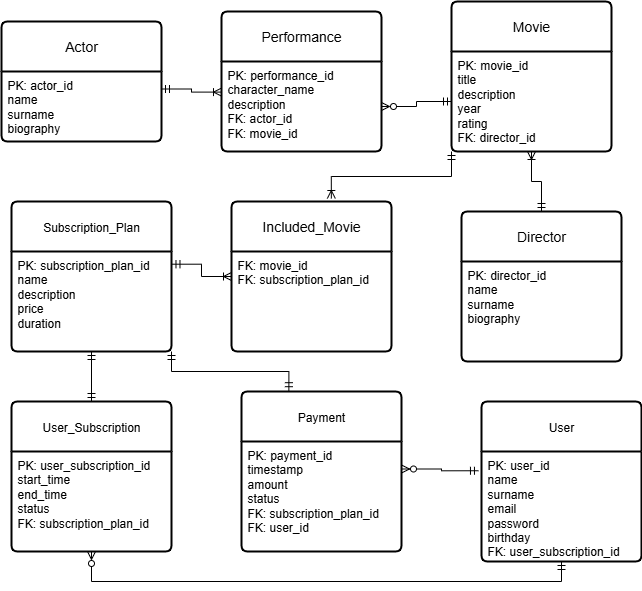
The draw.io diagram lab1/crow's-foot-notation-streaming-service.png in StudentPP1/KPI, before a commit. Source tidied: cells renumbered, new cells last; positions are measured from the earlier drawing's top-left corner, leaving out a move shared by most shapes.
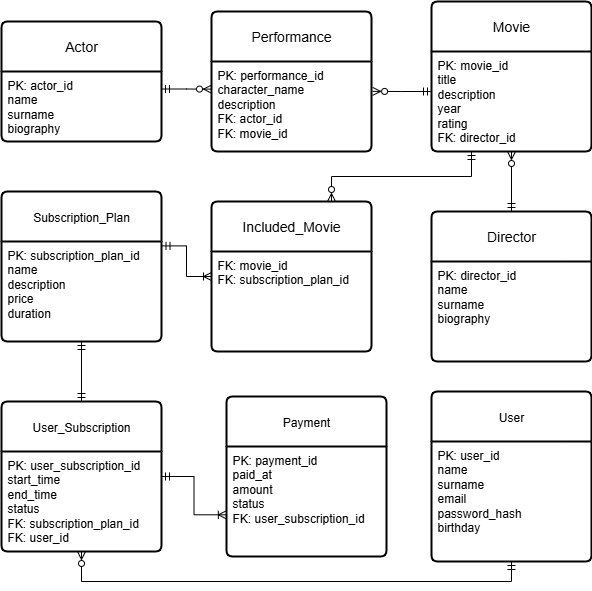
The same diagram one commit later.

What changed in the source:
```diff
@@ -3,90 +3,82 @@
     <mxCell id="0" />
     <mxCell id="1" parent="0" />
     <mxCell id="2" value="Actor" style="swimlane;horizontal=1;startSize=50;rounded=1;fontSize=14;fontStyle=0;strokeWidth=2;shadow=0;dashed=0;align=center;arcSize=4;whiteSpace=wrap;html=1;" parent="1" vertex="1">
-      <mxGeometry y="20" width="160" height="120" as="geometry" />
+      <mxGeometry x="40" y="20" width="160" height="120" as="geometry" />
     </mxCell>
     <mxCell id="3" value="PK: actor_id&lt;div&gt;name&lt;/div&gt;&lt;div&gt;surname&lt;/div&gt;&lt;div&gt;biography&lt;/div&gt;" style="align=left;strokeColor=none;fillColor=none;spacingLeft=4;spacingRight=4;fontSize=12;verticalAlign=top;html=1;whiteSpace=wrap;" parent="2" vertex="1">
       <mxGeometry y="50" width="160" height="70" as="geometry" />
     </mxCell>
     <mxCell id="4" value="Performance" style="swimlane;horizontal=1;startSize=50;rounded=1;fontSize=14;fontStyle=0;strokeWidth=2;shadow=0;dashed=0;align=center;arcSize=4;whiteSpace=wrap;html=1;" parent="1" vertex="1">
-      <mxGeometry x="220" y="10" width="160" height="140" as="geometry" />
+      <mxGeometry x="250" y="10" width="160" height="140" as="geometry" />
     </mxCell>
     <mxCell id="5" value="PK: performance_id&lt;div&gt;character_name&lt;/div&gt;&lt;div&gt;description&lt;/div&gt;&lt;div&gt;FK: actor_id&lt;/div&gt;&lt;div&gt;FK: movie_id&lt;/div&gt;" style="align=left;strokeColor=none;fillColor=none;spacingLeft=4;spacingRight=4;fontSize=12;verticalAlign=top;html=1;whiteSpace=wrap;" parent="4" vertex="1">
       <mxGeometry y="50" width="160" height="90" as="geometry" />
     </mxCell>
     <mxCell id="6" value="Movie" style="swimlane;horizontal=1;startSize=50;rounded=1;fontSize=14;fontStyle=0;strokeWidth=2;shadow=0;dashed=0;align=center;arcSize=4;whiteSpace=wrap;html=1;" parent="1" vertex="1">
-      <mxGeometry x="450" width="160" height="150" as="geometry" />
+      <mxGeometry x="470" width="160" height="150" as="geometry" />
     </mxCell>
     <mxCell id="7" value="PK: movie_id&lt;div&gt;title&lt;/div&gt;&lt;div&gt;description&lt;/div&gt;&lt;div&gt;year&lt;/div&gt;&lt;div&gt;rating&lt;/div&gt;&lt;div&gt;FK: director_id&lt;/div&gt;" style="align=left;strokeColor=none;fillColor=none;spacingLeft=4;spacingRight=4;fontSize=12;verticalAlign=top;html=1;whiteSpace=wrap;" parent="6" vertex="1">
       <mxGeometry y="50" width="160" height="100" as="geometry" />
     </mxCell>
     <mxCell id="8" value="Director" style="swimlane;horizontal=1;startSize=50;rounded=1;fontSize=14;fontStyle=0;strokeWidth=2;shadow=0;dashed=0;align=center;arcSize=4;whiteSpace=wrap;html=1;" parent="1" vertex="1">
-      <mxGeometry x="460" y="210" width="160" height="150" as="geometry" />
+      <mxGeometry x="470" y="210" width="160" height="150" as="geometry" />
     </mxCell>
     <mxCell id="9" value="PK: director_id&lt;div&gt;name&lt;/div&gt;&lt;div&gt;surname&lt;/div&gt;&lt;div&gt;biography&lt;/div&gt;" style="align=left;strokeColor=none;fillColor=none;spacingLeft=4;spacingRight=4;fontSize=12;verticalAlign=top;html=1;whiteSpace=wrap;" parent="8" vertex="1">
       <mxGeometry y="50" width="160" height="100" as="geometry" />
     </mxCell>
     <mxCell id="10" value="Included_Movie" style="swimlane;horizontal=1;startSize=50;rounded=1;fontSize=14;fontStyle=0;strokeWidth=2;shadow=0;dashed=0;align=center;arcSize=4;whiteSpace=wrap;html=1;" parent="1" vertex="1">
-      <mxGeometry x="230" y="200" width="160" height="150" as="geometry" />
+      <mxGeometry x="250" y="200" width="160" height="150" as="geometry" />
     </mxCell>
     <mxCell id="11" value="FK: movie_id&lt;div&gt;FK: subscription_plan_id&lt;/div&gt;" style="align=left;strokeColor=none;fillColor=none;spacingLeft=4;spacingRight=4;fontSize=12;verticalAlign=top;html=1;whiteSpace=wrap;" parent="10" vertex="1">
       <mxGeometry y="50" width="160" height="100" as="geometry" />
     </mxCell>
     <mxCell id="12" value="&lt;span style=&quot;font-size: 12px; text-align: left;&quot;&gt;Subscription_Plan&lt;/span&gt;" style="swimlane;horizontal=1;startSize=50;rounded=1;fontSize=14;fontStyle=0;strokeWidth=2;shadow=0;dashed=0;align=center;arcSize=4;whiteSpace=wrap;html=1;" parent="1" vertex="1">
-      <mxGeometry x="10" y="200" width="160" height="150" as="geometry" />
+      <mxGeometry x="40" y="190" width="160" height="150" as="geometry" />
     </mxCell>
     <mxCell id="13" value="PK: subscription_plan_id&lt;div&gt;name&lt;/div&gt;&lt;div&gt;description&lt;/div&gt;&lt;div&gt;price&lt;/div&gt;&lt;div&gt;duration&lt;/div&gt;" style="align=left;strokeColor=none;fillColor=none;spacingLeft=4;spacingRight=4;fontSize=12;verticalAlign=top;html=1;whiteSpace=wrap;" parent="12" vertex="1">
       <mxGeometry y="50" width="160" height="100" as="geometry" />
     </mxCell>
     <mxCell id="14" value="&lt;span style=&quot;font-size: 12px; text-align: left;&quot;&gt;User_Subscription&lt;/span&gt;" style="swimlane;horizontal=1;startSize=50;rounded=1;fontSize=14;fontStyle=0;strokeWidth=2;shadow=0;dashed=0;align=center;arcSize=4;whiteSpace=wrap;html=1;" parent="1" vertex="1">
-      <mxGeometry x="10" y="400" width="160" height="150" as="geometry" />
+      <mxGeometry x="40" y="400" width="160" height="150" as="geometry" />
     </mxCell>
-    <mxCell id="15" value="PK: user_subscription_id&lt;div&gt;start_time&lt;/div&gt;&lt;div&gt;end_time&lt;br&gt;status&lt;br&gt;FK:&amp;nbsp;&lt;span style=&quot;background-color: transparent; color: light-dark(rgb(0, 0, 0), rgb(255, 255, 255));&quot;&gt;subscription_plan_id&lt;/span&gt;&lt;/div&gt;" style="align=left;strokeColor=none;fillColor=none;spacingLeft=4;spacingRight=4;fontSize=12;verticalAlign=top;html=1;whiteSpace=wrap;" parent="14" vertex="1">
+    <mxCell id="15" value="PK: user_subscription_id&lt;div&gt;start_time&lt;/div&gt;&lt;div&gt;end_time&lt;br&gt;status&lt;span style=&quot;background-color: transparent; color: light-dark(rgb(0, 0, 0), rgb(255, 255, 255));&quot;&gt;&lt;br&gt;FK:&amp;nbsp;&lt;/span&gt;&lt;span style=&quot;background-color: transparent; color: light-dark(rgb(0, 0, 0), rgb(255, 255, 255));&quot;&gt;subscription_plan_id&lt;br&gt;FK: user_id&lt;/span&gt;&lt;/div&gt;" style="align=left;strokeColor=none;fillColor=none;spacingLeft=4;spacingRight=4;fontSize=12;verticalAlign=top;html=1;whiteSpace=wrap;" parent="14" vertex="1">
       <mxGeometry y="50" width="160" height="100" as="geometry" />
     </mxCell>
     <mxCell id="16" value="&lt;span style=&quot;font-size: 12px; text-align: left;&quot;&gt;Payment&lt;/span&gt;" style="swimlane;horizontal=1;startSize=50;rounded=1;fontSize=14;fontStyle=0;strokeWidth=2;shadow=0;dashed=0;align=center;arcSize=4;whiteSpace=wrap;html=1;" parent="1" vertex="1">
-      <mxGeometry x="240" y="390" width="160" height="160" as="geometry" />
+      <mxGeometry x="265" y="395" width="160" height="160" as="geometry" />
     </mxCell>
-    <mxCell id="17" value="PK: payment_id&lt;div&gt;timestamp&lt;/div&gt;&lt;div&gt;amount&lt;br&gt;status&lt;br&gt;FK:&amp;nbsp;&lt;span style=&quot;background-color: transparent; color: light-dark(rgb(0, 0, 0), rgb(255, 255, 255));&quot;&gt;subscription_plan_id&lt;/span&gt;&lt;/div&gt;&lt;div&gt;&lt;span style=&quot;background-color: transparent; color: light-dark(rgb(0, 0, 0), rgb(255, 255, 255));&quot;&gt;FK: user_id&lt;/span&gt;&lt;/div&gt;" style="align=left;strokeColor=none;fillColor=none;spacingLeft=4;spacingRight=4;fontSize=12;verticalAlign=top;html=1;whiteSpace=wrap;" parent="16" vertex="1">
+    <mxCell id="17" value="PK: payment_id&lt;div&gt;paid_at&lt;/div&gt;&lt;div&gt;amount&lt;br&gt;status&lt;br&gt;FK:&amp;nbsp;&lt;span style=&quot;background-color: transparent; color: light-dark(rgb(0, 0, 0), rgb(255, 255, 255));&quot;&gt;user_subscription_id&lt;/span&gt;&lt;/div&gt;" style="align=left;strokeColor=none;fillColor=none;spacingLeft=4;spacingRight=4;fontSize=12;verticalAlign=top;html=1;whiteSpace=wrap;" parent="16" vertex="1">
       <mxGeometry y="50" width="160" height="110" as="geometry" />
     </mxCell>
     <mxCell id="18" value="&lt;span style=&quot;font-size: 12px; text-align: left;&quot;&gt;User&lt;/span&gt;" style="swimlane;horizontal=1;startSize=50;rounded=1;fontSize=14;fontStyle=0;strokeWidth=2;shadow=0;dashed=0;align=center;arcSize=4;whiteSpace=wrap;html=1;" parent="1" vertex="1">
-      <mxGeometry x="480" y="400" width="160" height="160" as="geometry" />
+      <mxGeometry x="470" y="390" width="160" height="170" as="geometry" />
     </mxCell>
-    <mxCell id="19" value="PK: user_id&lt;div&gt;&lt;span style=&quot;background-color: transparent; color: light-dark(rgb(0, 0, 0), rgb(255, 255, 255));&quot;&gt;name&lt;/span&gt;&lt;/div&gt;&lt;div&gt;&lt;span style=&quot;background-color: transparent; color: light-dark(rgb(0, 0, 0), rgb(255, 255, 255));&quot;&gt;surname&lt;/span&gt;&lt;/div&gt;&lt;div&gt;&lt;span style=&quot;background-color: transparent; color: light-dark(rgb(0, 0, 0), rgb(255, 255, 255));&quot;&gt;email&lt;/span&gt;&lt;/div&gt;&lt;div&gt;&lt;span style=&quot;background-color: transparent; color: light-dark(rgb(0, 0, 0), rgb(255, 255, 255));&quot;&gt;password&lt;/span&gt;&lt;/div&gt;&lt;div&gt;&lt;span style=&quot;background-color: transparent; color: light-dark(rgb(0, 0, 0), rgb(255, 255, 255));&quot;&gt;birthday&lt;/span&gt;&lt;/div&gt;&lt;div&gt;&lt;span style=&quot;background-color: transparent; color: light-dark(rgb(0, 0, 0), rgb(255, 255, 255));&quot;&gt;FK: user_&lt;/span&gt;&lt;span style=&quot;background-color: transparent; color: light-dark(rgb(0, 0, 0), rgb(255, 255, 255));&quot;&gt;subscription_id&lt;/span&gt;&lt;/div&gt;" style="align=left;strokeColor=none;fillColor=none;spacingLeft=4;spacingRight=4;fontSize=12;verticalAlign=top;html=1;whiteSpace=wrap;" parent="18" vertex="1">
-      <mxGeometry y="50" width="160" height="110" as="geometry" />
+    <mxCell id="19" value="PK: user_id&lt;div&gt;&lt;span style=&quot;background-color: transparent; color: light-dark(rgb(0, 0, 0), rgb(255, 255, 255));&quot;&gt;name&lt;/span&gt;&lt;/div&gt;&lt;div&gt;&lt;span style=&quot;background-color: transparent; color: light-dark(rgb(0, 0, 0), rgb(255, 255, 255));&quot;&gt;surname&lt;/span&gt;&lt;/div&gt;&lt;div&gt;&lt;span style=&quot;background-color: transparent; color: light-dark(rgb(0, 0, 0), rgb(255, 255, 255));&quot;&gt;email&lt;/span&gt;&lt;/div&gt;&lt;div&gt;&lt;span style=&quot;background-color: transparent; color: light-dark(rgb(0, 0, 0), rgb(255, 255, 255));&quot;&gt;password_hash&lt;/span&gt;&lt;/div&gt;&lt;div&gt;&lt;span style=&quot;background-color: transparent; color: light-dark(rgb(0, 0, 0), rgb(255, 255, 255));&quot;&gt;birthday&lt;/span&gt;&lt;br&gt;&lt;span style=&quot;background-color: transparent; color: light-dark(rgb(0, 0, 0), rgb(255, 255, 255));&quot;&gt;&lt;/span&gt;&lt;/div&gt;" style="align=left;strokeColor=none;fillColor=none;spacingLeft=4;spacingRight=4;fontSize=12;verticalAlign=top;html=1;whiteSpace=wrap;" parent="18" vertex="1">
+      <mxGeometry y="50" width="160" height="120" as="geometry" />
     </mxCell>
+    <mxCell id="22" style="edgeStyle=orthogonalEdgeStyle;rounded=0;jettySize=auto;html=1;endArrow=ERmandOne;endFill=0;startArrow=ERzeroToMany;startFill=0;" parent="1" edge="1" source="7" target="8">
+      <mxGeometry relative="1" as="geometry" />
+    </mxCell>
+    <mxCell id="24" style="edgeStyle=orthogonalEdgeStyle;rounded=0;jettySize=auto;html=1;exitX=1.003;exitY=0.044;exitDx=0;exitDy=0;entryX=0;entryY=0.25;entryDx=0;entryDy=0;startArrow=ERmandOne;startFill=0;endArrow=ERoneToMany;endFill=0;exitPerimeter=0;" parent="1" edge="1" source="13" target="11">
+      <mxGeometry relative="1" as="geometry" />
+    </mxCell>
+    <mxCell id="28" style="edgeStyle=orthogonalEdgeStyle;rounded=0;jettySize=auto;html=1;exitX=0.5;exitY=1;exitDx=0;exitDy=0;entryX=0.5;entryY=1;entryDx=0;entryDy=0;startArrow=ERmandOne;startFill=0;endArrow=ERzeroToMany;endFill=0;" parent="1" edge="1" source="19" target="15">
+      <mxGeometry relative="1" as="geometry" />
+    </mxCell>
-    <mxCell id="20" style="edgeStyle=orthogonalEdgeStyle;rounded=0;jettySize=auto;html=1;exitX=1;exitY=0.25;exitDx=0;exitDy=0;entryX=0;entryY=0.34;entryDx=0;entryDy=0;entryPerimeter=0;shape=filledEdge;endArrow=ERoneToMany;endFill=0;strokeWidth=1;startArrow=ERmandOne;startFill=0;" parent="1" edge="1" source="3" target="5">
-      <mxGeometry relative="1" as="geometry">
-        <Array as="points">
-          <mxPoint x="190" y="87" />
-          <mxPoint x="190" y="91" />
-        </Array>
-      </mxGeometry>
+    <mxCell id="20" style="edgeStyle=orthogonalEdgeStyle;rounded=0;jettySize=auto;html=1;exitX=1;exitY=0.25;exitDx=0;exitDy=0;entryX=0;entryY=0.307;entryDx=0;entryDy=0;entryPerimeter=0;fontFamily=Helvetica;fontSize=12;fontColor=default;startArrow=ERmandOne;startFill=0;endArrow=ERzeroToMany;endFill=0;" parent="1" edge="1" source="3" target="5">
+      <mxGeometry relative="1" as="geometry" />
     </mxCell>
-    <mxCell id="21" style="edgeStyle=orthogonalEdgeStyle;rounded=0;jettySize=auto;html=1;exitX=1;exitY=0.5;exitDx=0;exitDy=0;entryX=0;entryY=0.5;entryDx=0;entryDy=0;endArrow=ERmandOne;endFill=0;startArrow=ERzeroToMany;startFill=0;" parent="1" edge="1" source="5" target="7">
-      <mxGeometry relative="1" as="geometry" />
-    </mxCell>
-    <mxCell id="22" style="edgeStyle=orthogonalEdgeStyle;rounded=0;jettySize=auto;html=1;endArrow=ERmandOne;endFill=0;startArrow=ERoneToMany;startFill=0;" parent="1" edge="1" source="7" target="8">
-      <mxGeometry relative="1" as="geometry" />
-    </mxCell>
+    <mxCell id="29" style="edgeStyle=orthogonalEdgeStyle;rounded=0;jettySize=auto;html=1;fontFamily=Helvetica;fontSize=12;fontColor=default;startArrow=ERmandOne;startFill=0;endArrow=ERzeroToMany;endFill=0;exitX=0;exitY=0.4;exitDx=0;exitDy=0;exitPerimeter=0;entryX=1.007;entryY=0.332;entryDx=0;entryDy=0;entryPerimeter=0;" parent="1" edge="1" source="7" target="5">
+      <mxGeometry relative="1" as="geometry" />
+    </mxCell>
-    <mxCell id="23" style="edgeStyle=orthogonalEdgeStyle;rounded=0;jettySize=auto;html=1;exitX=0;exitY=1;exitDx=0;exitDy=0;entryX=0.624;entryY=-0.02;entryDx=0;entryDy=0;entryPerimeter=0;startArrow=ERmandOne;startFill=0;endArrow=ERoneToMany;endFill=0;" parent="1" edge="1" source="7" target="10">
+    <mxCell id="23" style="edgeStyle=orthogonalEdgeStyle;rounded=0;jettySize=auto;html=1;exitX=0.25;exitY=1;exitDx=0;exitDy=0;entryX=0.75;entryY=0;entryDx=0;entryDy=0;fontFamily=Helvetica;fontSize=12;fontColor=default;startArrow=ERmandOne;startFill=0;endArrow=ERzeroToMany;endFill=0;" parent="1" edge="1" source="7" target="10">
       <mxGeometry relative="1" as="geometry" />
     </mxCell>
-    <mxCell id="24" style="edgeStyle=orthogonalEdgeStyle;rounded=0;jettySize=auto;html=1;exitX=1.003;exitY=0.127;exitDx=0;exitDy=0;entryX=0;entryY=0.25;entryDx=0;entryDy=0;startArrow=ERmandOne;startFill=0;endArrow=ERoneToMany;endFill=0;exitPerimeter=0;" parent="1" edge="1" source="13" target="11">
-      <mxGeometry relative="1" as="geometry" />
-    </mxCell>
-    <mxCell id="25" style="edgeStyle=orthogonalEdgeStyle;rounded=0;jettySize=auto;html=1;exitX=0.5;exitY=1;exitDx=0;exitDy=0;entryX=0.5;entryY=0;entryDx=0;entryDy=0;startArrow=ERmandOne;startFill=0;endArrow=ERmandOne;endFill=0;" parent="1" edge="1" source="13" target="14">
+    <mxCell id="25" style="edgeStyle=orthogonalEdgeStyle;rounded=0;jettySize=auto;html=1;exitX=0.5;exitY=1;exitDx=0;exitDy=0;entryX=0.5;entryY=0;entryDx=0;entryDy=0;fontFamily=Helvetica;fontSize=12;fontColor=default;startArrow=ERmandOne;startFill=0;endArrow=ERmandOne;endFill=0;" parent="1" edge="1" source="13" target="14">
       <mxGeometry relative="1" as="geometry" />
     </mxCell>
-    <mxCell id="26" style="edgeStyle=orthogonalEdgeStyle;rounded=0;jettySize=auto;html=1;exitX=1;exitY=1;exitDx=0;exitDy=0;entryX=0.296;entryY=-0.005;entryDx=0;entryDy=0;entryPerimeter=0;startArrow=ERmandOne;startFill=0;endArrow=ERmandOne;endFill=0;" parent="1" edge="1" source="13" target="16">
-      <mxGeometry relative="1" as="geometry" />
-    </mxCell>
-    <mxCell id="27" style="edgeStyle=orthogonalEdgeStyle;rounded=0;jettySize=auto;html=1;exitX=1;exitY=0.25;exitDx=0;exitDy=0;entryX=-0.019;entryY=0.175;entryDx=0;entryDy=0;entryPerimeter=0;startArrow=ERzeroToMany;startFill=0;endArrow=ERmandOne;endFill=0;" parent="1" edge="1" source="17" target="19">
-      <mxGeometry relative="1" as="geometry" />
-    </mxCell>
-    <mxCell id="28" style="edgeStyle=orthogonalEdgeStyle;rounded=0;jettySize=auto;html=1;exitX=0.5;exitY=1;exitDx=0;exitDy=0;entryX=0.5;entryY=1;entryDx=0;entryDy=0;startArrow=ERmandOne;startFill=0;endArrow=ERzeroToMany;endFill=0;" parent="1" edge="1" source="19" target="15">
-      <mxGeometry relative="1" as="geometry" />
-    </mxCell>
+    <mxCell id="30" style="edgeStyle=orthogonalEdgeStyle;rounded=0;jettySize=auto;html=1;exitX=1;exitY=0.25;exitDx=0;exitDy=0;entryX=-0.001;entryY=0.621;entryDx=0;entryDy=0;entryPerimeter=0;fontFamily=Helvetica;fontSize=12;fontColor=default;startArrow=ERmandOne;startFill=0;endArrow=ERoneToMany;endFill=0;" parent="1" edge="1" source="15" target="17">
+      <mxGeometry relative="1" as="geometry" />
+    </mxCell>
   </root>
 </mxGraphModel>
```
